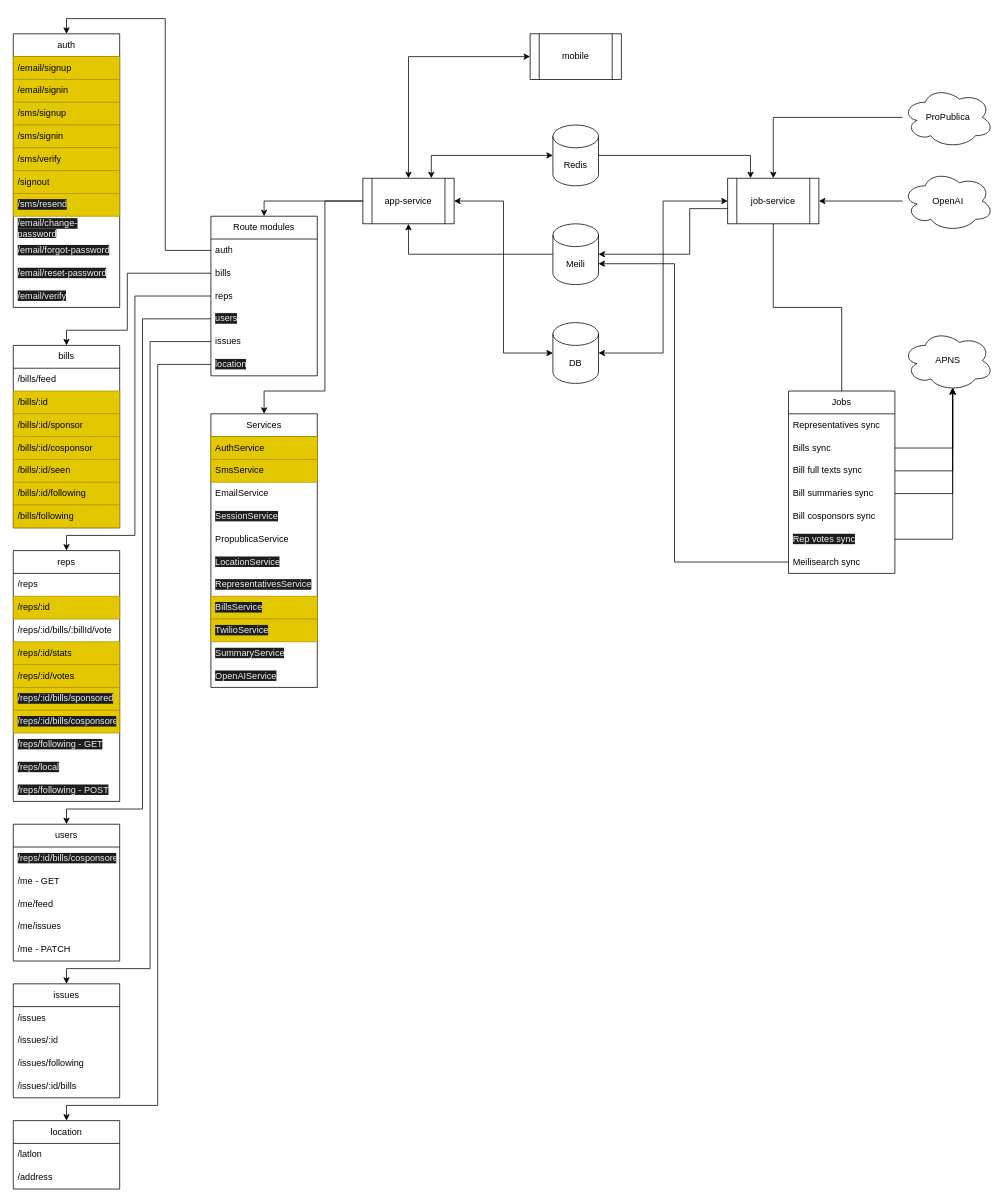
Breakdown/breakdown-services keeps this draw.io diagram as architecture/Architecture.drawio. Above is the earlier version. Source tidied: cells renumbered, new cells numbered last; positions are measured from the earlier drawing's top-left corner, leaving out a move shared by most shapes. Both pictures are drawn from the tidied source at 76%, with x=0, y=0 at pixel (13, 33).
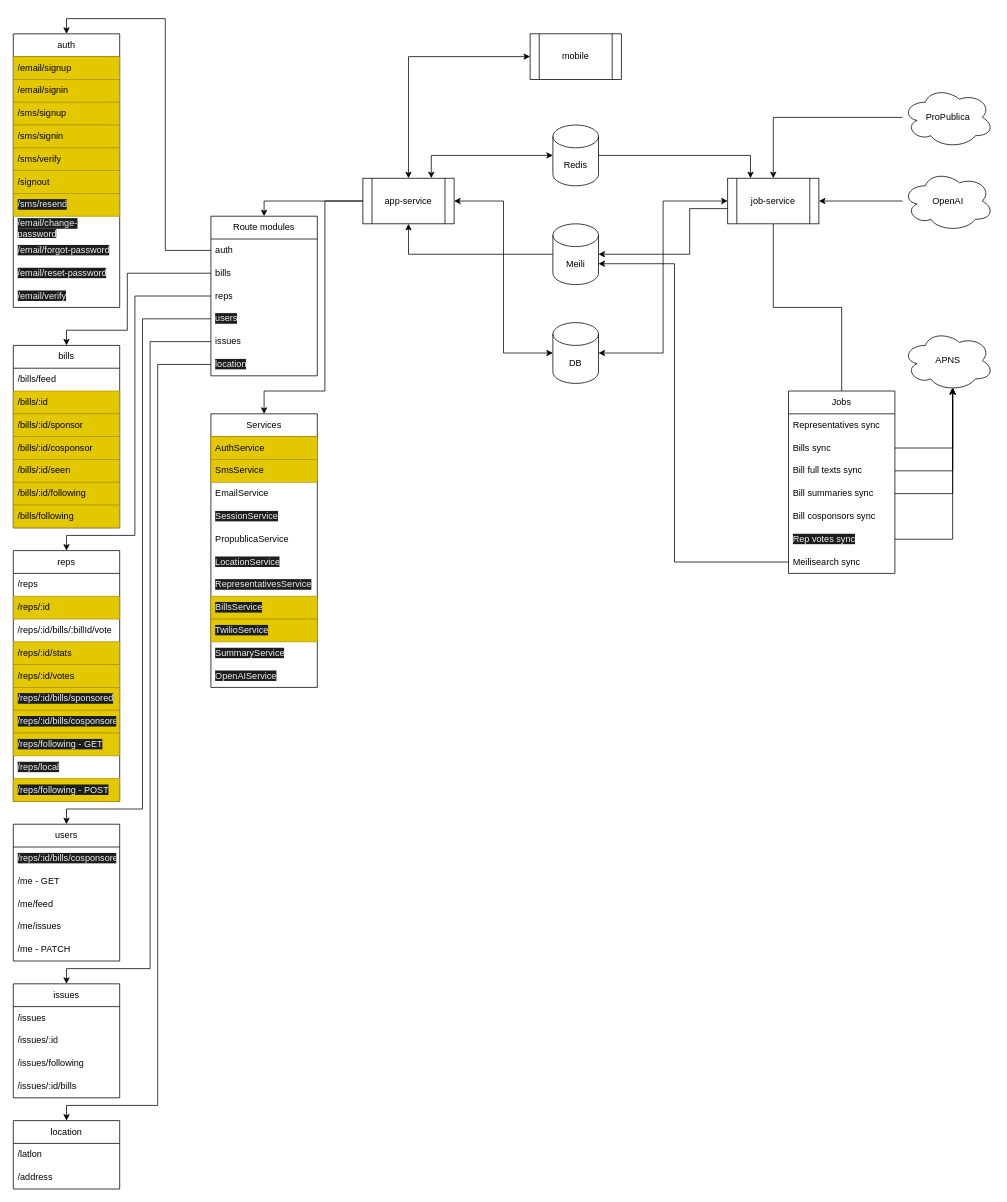
The same diagram, later.

Commit message (it also covers changes not shown here):
POST following rep

Unchanged cells that the change refers to:
```xml
<mxCell id="70" value="reps" style="swimlane;fontStyle=0;horizontal=1;startSize=30;whiteSpace=wrap;html=1;" parent="1" vertex="1">
  <mxGeometry y="680" width="140" height="330" as="geometry" />
</mxCell>
```

Diff of the diagram source:
```diff
@@
-    <mxCell id="78" value="&lt;span style=&quot;color: rgb(240, 240, 240); font-family: Helvetica; font-size: 12px; font-style: normal; font-variant-ligatures: normal; font-variant-caps: normal; font-weight: 400; letter-spacing: normal; orphans: 2; text-align: left; text-indent: 0px; text-transform: none; widows: 2; word-spacing: 0px; -webkit-text-stroke-width: 0px; background-color: rgb(27, 29, 30); text-decoration-thickness: initial; text-decoration-style: initial; text-decoration-color: initial; float: none; display: inline !important;&quot;&gt;/reps/following - GET&lt;/span&gt;" style="text;strokeColor=none;fillColor=none;align=left;verticalAlign=middle;spacingLeft=4;spacingRight=4;overflow=hidden;whiteSpace=wrap;html=1;" parent="70" vertex="1">
+    <mxCell id="78" value="&lt;span style=&quot;color: rgb(240, 240, 240); font-family: Helvetica; font-size: 12px; font-style: normal; font-variant-ligatures: normal; font-variant-caps: normal; font-weight: 400; letter-spacing: normal; orphans: 2; text-align: left; text-indent: 0px; text-transform: none; widows: 2; word-spacing: 0px; -webkit-text-stroke-width: 0px; background-color: rgb(27, 29, 30); text-decoration-thickness: initial; text-decoration-style: initial; text-decoration-color: initial; float: none; display: inline !important;&quot;&gt;/reps/following - GET&lt;/span&gt;" style="text;strokeColor=#B09500;fillColor=#e3c800;align=left;verticalAlign=middle;spacingLeft=4;spacingRight=4;overflow=hidden;whiteSpace=wrap;html=1;fontColor=#000000;" parent="70" vertex="1">
       <mxGeometry y="240" width="140" height="30" as="geometry" />
     </mxCell>
@@
-    <mxCell id="80" value="&lt;span style=&quot;color: rgb(240, 240, 240); font-family: Helvetica; font-size: 12px; font-style: normal; font-variant-ligatures: normal; font-variant-caps: normal; font-weight: 400; letter-spacing: normal; orphans: 2; text-align: left; text-indent: 0px; text-transform: none; widows: 2; word-spacing: 0px; -webkit-text-stroke-width: 0px; background-color: rgb(27, 29, 30); text-decoration-thickness: initial; text-decoration-style: initial; text-decoration-color: initial; float: none; display: inline !important;&quot;&gt;/reps/following - POST&lt;/span&gt;" style="text;strokeColor=none;fillColor=none;align=left;verticalAlign=middle;spacingLeft=4;spacingRight=4;overflow=hidden;whiteSpace=wrap;html=1;" parent="70" vertex="1">
+    <mxCell id="80" value="&lt;span style=&quot;color: rgb(240, 240, 240); font-family: Helvetica; font-size: 12px; font-style: normal; font-variant-ligatures: normal; font-variant-caps: normal; font-weight: 400; letter-spacing: normal; orphans: 2; text-align: left; text-indent: 0px; text-transform: none; widows: 2; word-spacing: 0px; -webkit-text-stroke-width: 0px; background-color: rgb(27, 29, 30); text-decoration-thickness: initial; text-decoration-style: initial; text-decoration-color: initial; float: none; display: inline !important;&quot;&gt;/reps/following - POST&lt;/span&gt;" style="text;strokeColor=#B09500;fillColor=#e3c800;align=left;verticalAlign=middle;spacingLeft=4;spacingRight=4;overflow=hidden;whiteSpace=wrap;html=1;fontColor=#000000;" parent="70" vertex="1">
       <mxGeometry y="300" width="140" height="30" as="geometry" />
     </mxCell>
```
